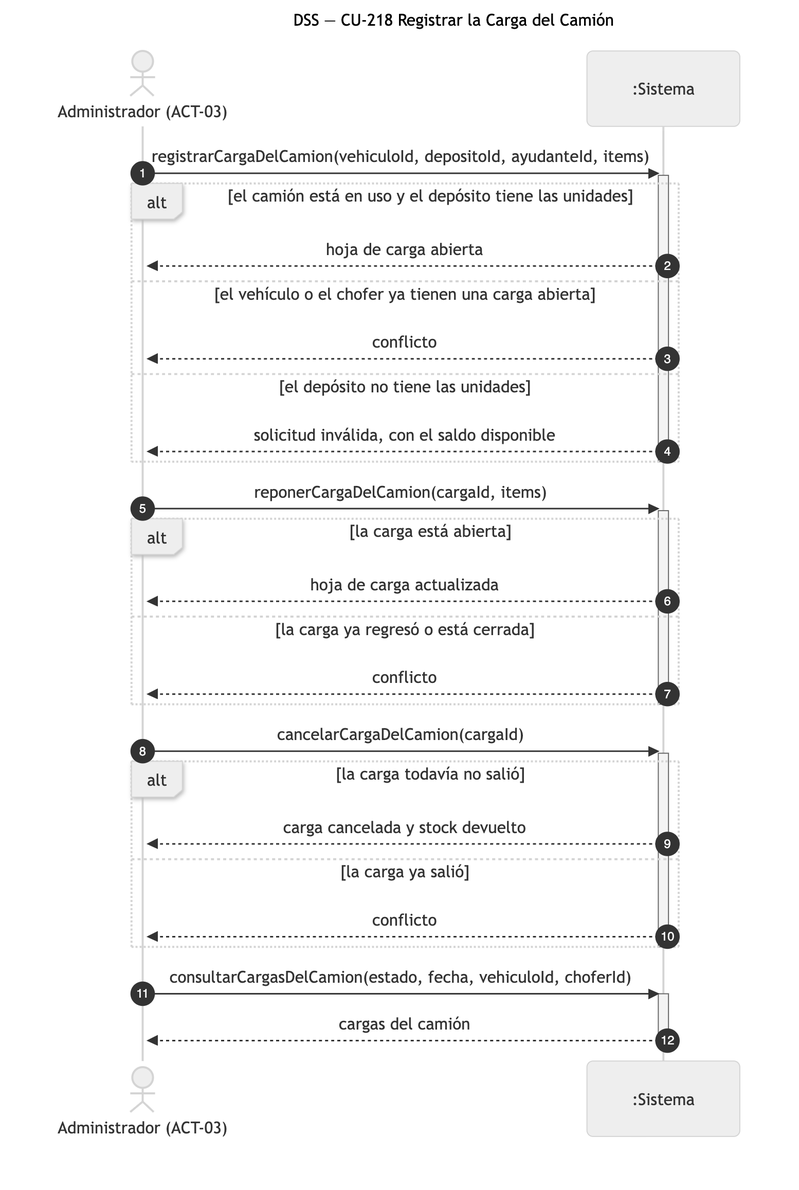
Before: diagramas/png/DSS_CU-218_Registrar-la-Carga-del-Camion.png, a diagram exported from Mermaid (Nahuelito-Dev/splg-docs). Its source is kept beside it as diagramas/DSS_CU-218_Registrar-la-Carga-del-Camion.mmd.
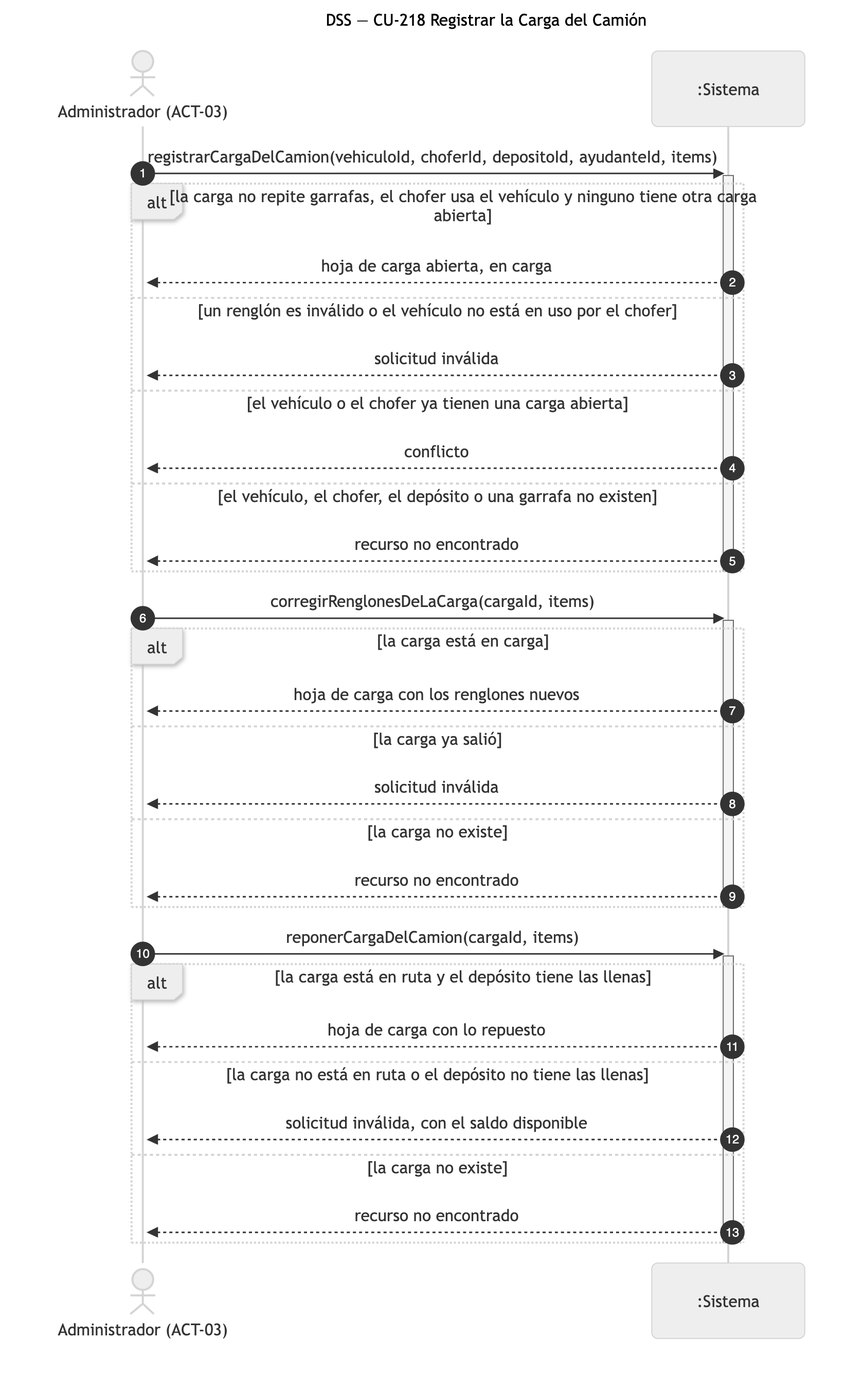
After the commit.

What changed in the source:
```diff
@@ -4,36 +4,37 @@
     actor ADM as Administrador (ACT-03)
     participant SIS as :Sistema
 
-    ADM->>SIS: registrarCargaDelCamion(vehiculoId, depositoId, ayudanteId, items)
+    ADM->>SIS: registrarCargaDelCamion(vehiculoId, choferId, depositoId, ayudanteId, items)
     activate SIS
-    alt el camión está en uso y el depósito tiene las unidades
-        SIS-->>ADM: hoja de carga abierta
+    alt la carga no repite garrafas, el chofer usa el vehículo y ninguno tiene otra carga abierta
+        SIS-->>ADM: hoja de carga abierta, en carga
+    else un renglón es inválido o el vehículo no está en uso por el chofer
+        SIS-->>ADM: solicitud inválida
     else el vehículo o el chofer ya tienen una carga abierta
         SIS-->>ADM: conflicto
-    else el depósito no tiene las unidades
-        SIS-->>ADM: solicitud inválida, con el saldo disponible
+    else el vehículo, el chofer, el depósito o una garrafa no existen
+        SIS-->>ADM: recurso no encontrado
+    end
+    deactivate SIS
+
+    ADM->>SIS: corregirRenglonesDeLaCarga(cargaId, items)
+    activate SIS
+    alt la carga está en carga
+        SIS-->>ADM: hoja de carga con los renglones nuevos
+    else la carga ya salió
+        SIS-->>ADM: solicitud inválida
+    else la carga no existe
+        SIS-->>ADM: recurso no encontrado
     end
     deactivate SIS
 
     ADM->>SIS: reponerCargaDelCamion(cargaId, items)
     activate SIS
-    alt la carga está abierta
-        SIS-->>ADM: hoja de carga actualizada
-    else la carga ya regresó o está cerrada
-        SIS-->>ADM: conflicto
+    alt la carga está en ruta y el depósito tiene las llenas
+        SIS-->>ADM: hoja de carga con lo repuesto
+    else la carga no está en ruta o el depósito no tiene las llenas
+        SIS-->>ADM: solicitud inválida, con el saldo disponible
+    else la carga no existe
+        SIS-->>ADM: recurso no encontrado
     end
     deactivate SIS
-
-    ADM->>SIS: cancelarCargaDelCamion(cargaId)
-    activate SIS
-    alt la carga todavía no salió
-        SIS-->>ADM: carga cancelada y stock devuelto
-    else la carga ya salió
-        SIS-->>ADM: conflicto
-    end
-    deactivate SIS
-
-    ADM->>SIS: consultarCargasDelCamion(estado, fecha, vehiculoId, choferId)
-    activate SIS
-    SIS-->>ADM: cargas del camión
-    deactivate SIS
```
